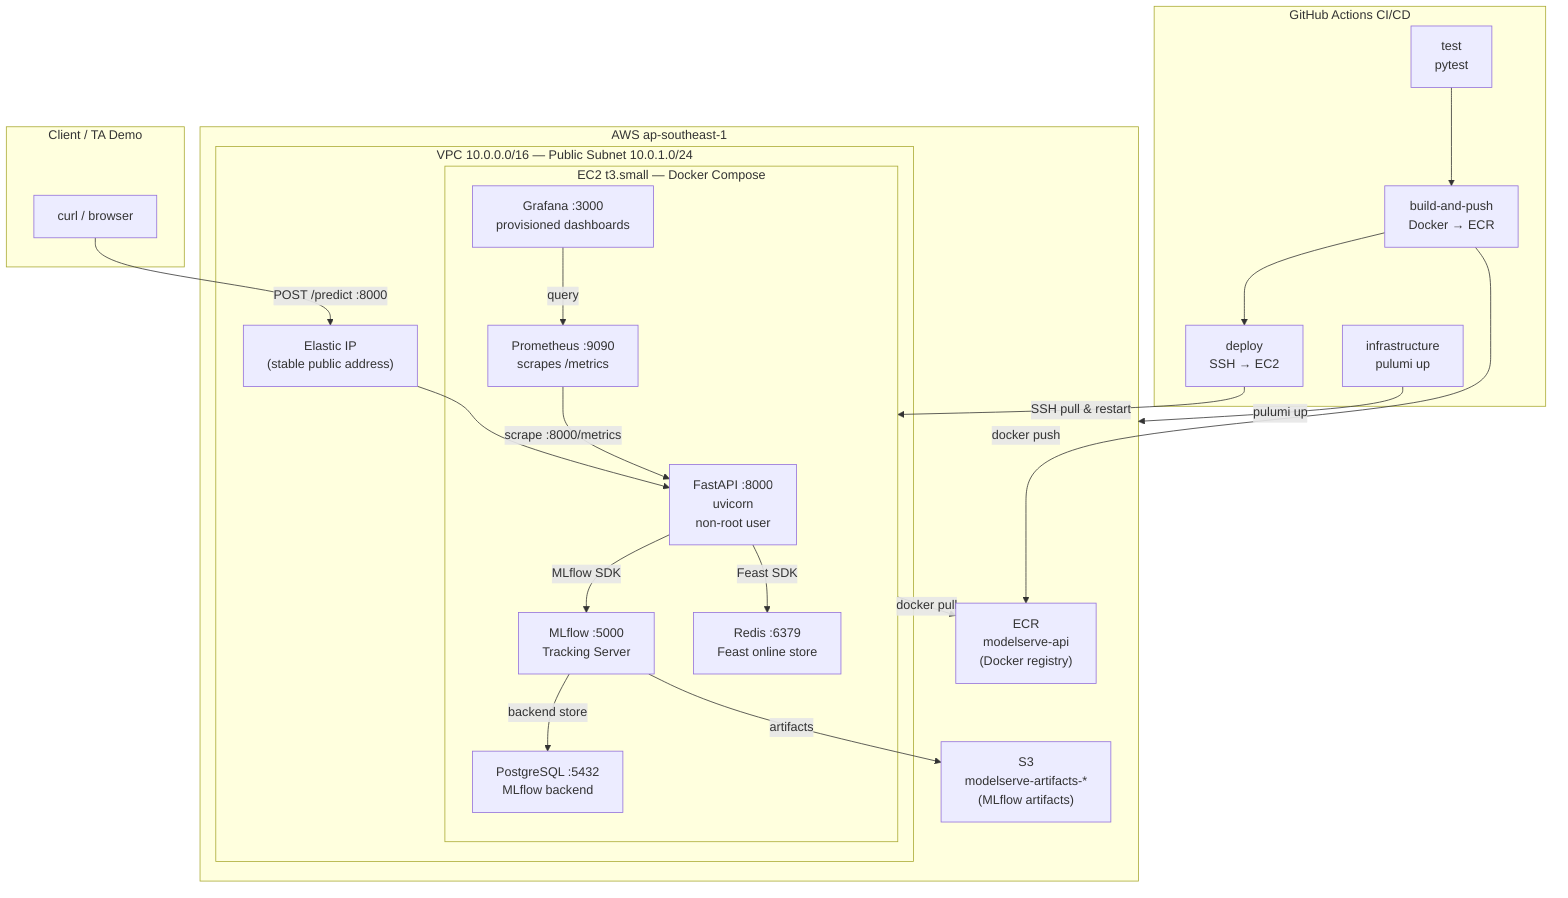
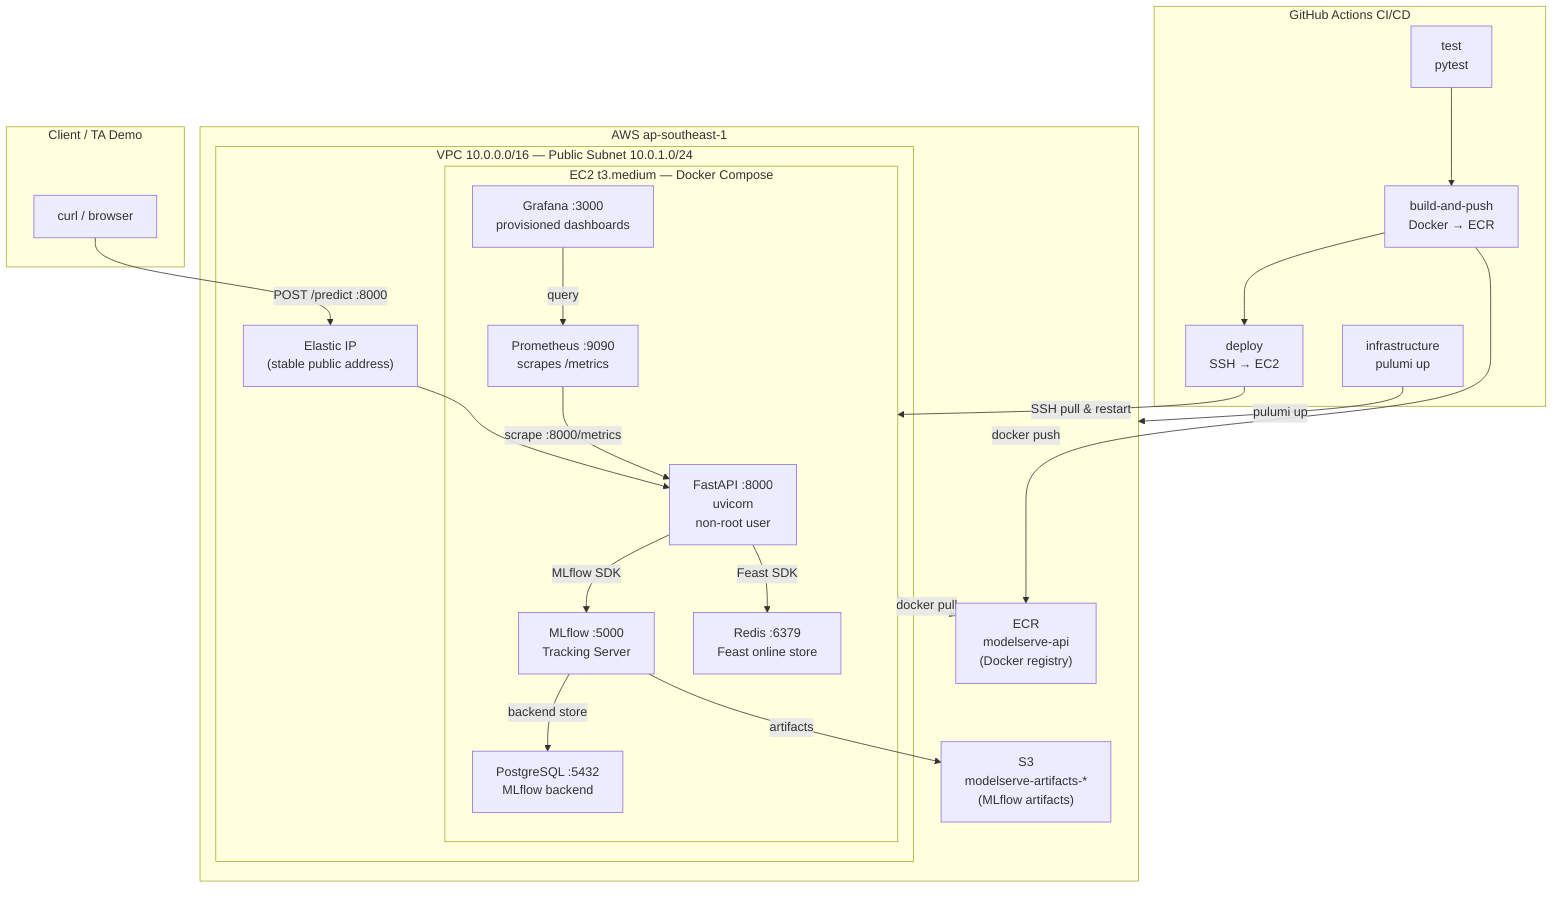
flowchart TB
    subgraph GitHub["GitHub Actions CI/CD"]
        T[test\npytest] --> BP[build-and-push\nDocker → ECR]
        BP --> D[deploy\nSSH → EC2]
        INF[infrastructure\npulumi up]
    end

    subgraph AWS["AWS ap-southeast-1"]
        ECR["ECR\nmodelserve-api\n(Docker registry)"]
        S3["S3\nmodelserve-artifacts-*\n(MLflow artifacts)"]

        subgraph VPC["VPC 10.0.0.0/16 — Public Subnet 10.0.1.0/24"]
            EIP["Elastic IP\n(stable public address)"]

-             subgraph EC2["EC2 t3.small — Docker Compose"]
+             subgraph EC2["EC2 t3.medium — Docker Compose"]
                API["FastAPI :8000\nuvicorn\nnon-root user"]
                MLFLOW["MLflow :5000\nTracking Server"]
                REDIS["Redis :6379\nFeast online store"]
                PG["PostgreSQL :5432\nMLflow backend"]
                PROM["Prometheus :9090\nscrapes /metrics"]
                GRAFANA["Grafana :3000\nprovisioned dashboards"]
            end
        end
    end

    subgraph Client["Client / TA Demo"]
        CURL["curl / browser"]
    end

    CURL -->|POST /predict :8000| EIP
    EIP --> API
    API -->|Feast SDK| REDIS
    API -->|MLflow SDK| MLFLOW
    MLFLOW -->|backend store| PG
    MLFLOW -->|artifacts| S3
    PROM -->|scrape :8000/metrics| API
    GRAFANA -->|query| PROM
    D -->|SSH pull & restart| EC2
    BP -->|docker push| ECR
    EC2 -->|docker pull| ECR
    INF -->|pulumi up| AWS
